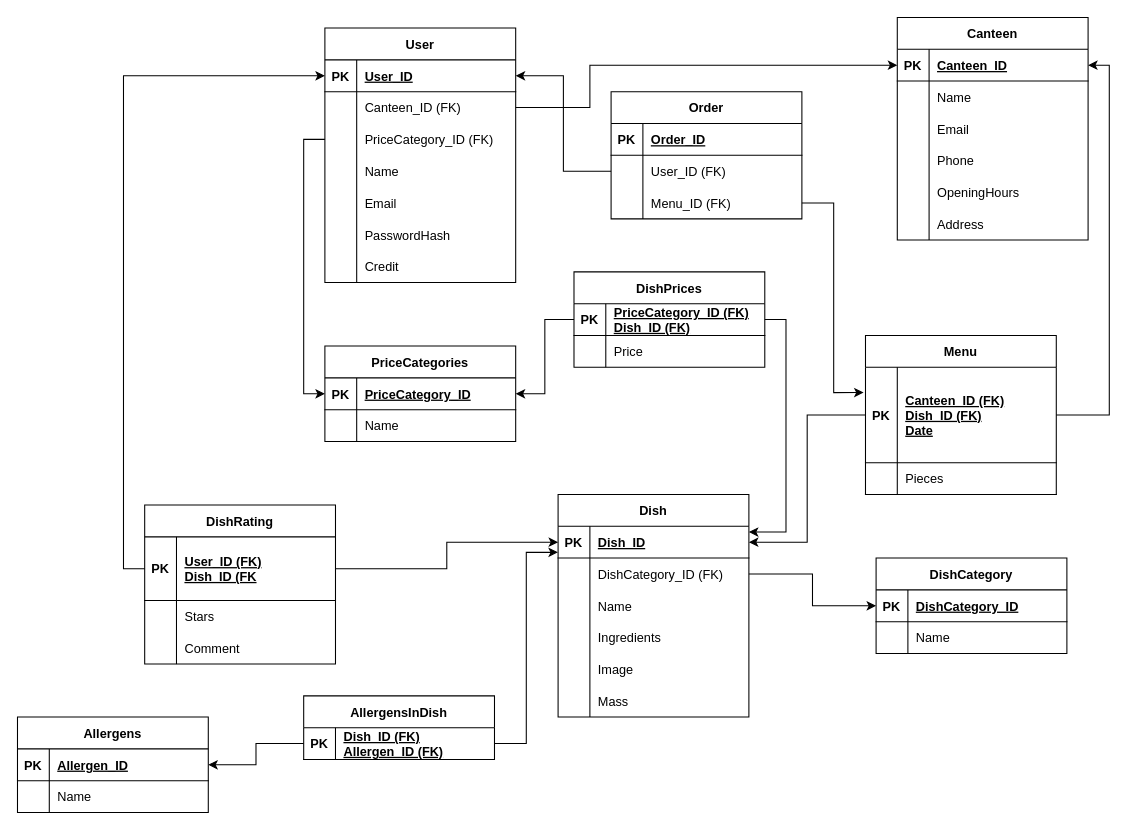
Before: backend/schema_databaze.drawio in MarekHavel/ITU, a draw.io diagram. Source tidied: cells renumbered, new cells numbered last; positions are measured from the earlier drawing's top-left corner, leaving out a move shared by most shapes. Both pictures are drawn from the tidied source at 106%, with x=0, y=0 at pixel (17, 17).
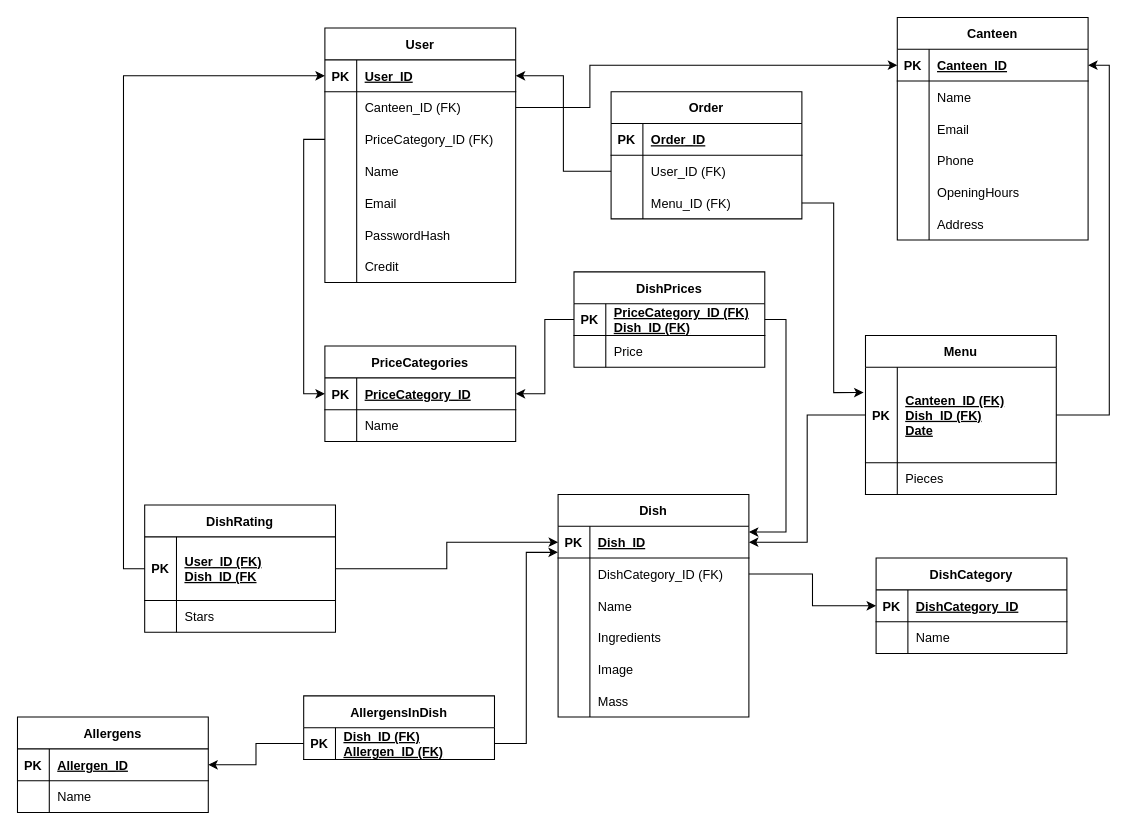
Above is the later version.

Diff of the diagram source:
```diff
@@
     <mxCell id="62" value="DishRating" style="shape=table;startSize=30;childLayout=tableLayout;rowLines=0;fontStyle=1;align=center;" parent="1" vertex="1">
-      <mxGeometry x="120" y="460" width="180" height="150" as="geometry" />
+      <mxGeometry x="120" y="460" width="180" height="120" as="geometry" />
     </mxCell>
@@
-    <mxCell id="69" style="shape=tableRow;horizontal=0;startSize=0;swimlaneHead=0;swimlaneBody=0;fillColor=none;top=0;left=0;right=0;bottom=0;" parent="62" vertex="1">
-      <mxGeometry y="120" width="180" height="30" as="geometry" />
-    </mxCell>
-    <mxCell id="70" style="shape=partialRectangle;fillColor=none;top=0;left=0;bottom=0;right=0;overflow=hidden;" parent="69" vertex="1">
-      <mxGeometry width="30" height="30" as="geometry" />
-    </mxCell>
-    <mxCell id="71" value="Comment" style="shape=partialRectangle;fillColor=none;top=0;left=0;bottom=0;right=0;align=left;spacingLeft=6;overflow=hidden;" parent="69" vertex="1">
-      <mxGeometry x="30" width="150" height="30" as="geometry" />
-    </mxCell>
```
